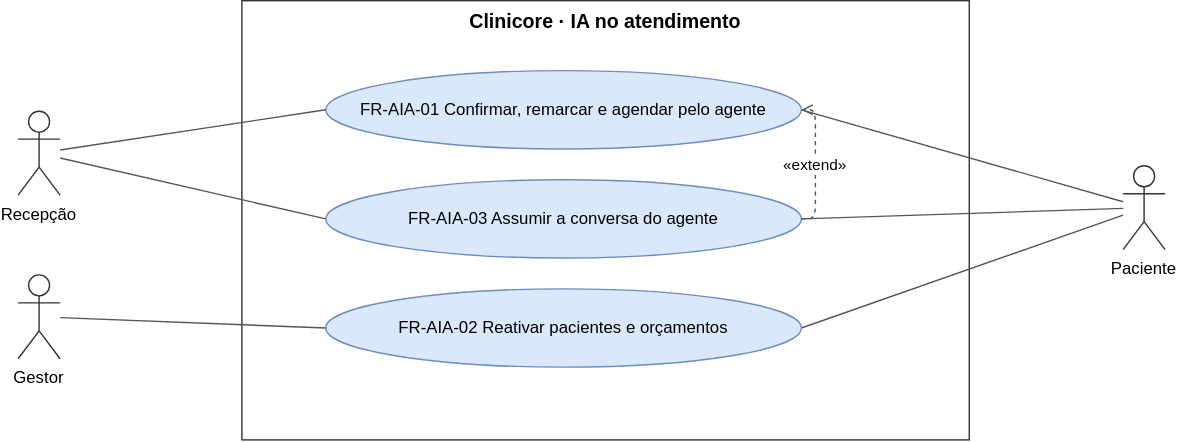
The draw.io diagram docs/requirements/diagrams/use-cases-ai-reception.drawio.svg in TheoOdawara/clinicore, before a commit. Source tidied: cells renumbered, new cells last; positions are measured from the earlier drawing's top-left corner, leaving out a move shared by most shapes. Source of this version:
```xml
<mxGraphModel background="#ffffff">
  <root>
    <mxCell id="0" />
    <mxCell id="1" parent="0" />
    <mxCell id="2" value="Clinicore · IA no atendimento" style="rounded=0;whiteSpace=wrap;html=0;fillColor=none;strokeColor=#333333;verticalAlign=top;fontStyle=1;fontSize=14;" parent="1" vertex="1">
      <mxGeometry x="160" width="520" height="314" as="geometry" />
    </mxCell>
    <mxCell id="3" value="FR-AIA-01 Confirmar, remarcar e agendar pelo agente" style="ellipse;whiteSpace=wrap;html=0;fillColor=#dae8fc;strokeColor=#6c8ebf;fontSize=12;" parent="1" vertex="1">
      <mxGeometry x="220" y="50" width="340" height="56" as="geometry" />
    </mxCell>
    <mxCell id="4" value="FR-AIA-03 Assumir a conversa do agente" style="ellipse;whiteSpace=wrap;html=0;fillColor=#dae8fc;strokeColor=#6c8ebf;fontSize=12;" parent="1" vertex="1">
      <mxGeometry x="220" y="128" width="340" height="56" as="geometry" />
    </mxCell>
    <mxCell id="5" value="FR-AIA-02 Reativar pacientes e orçamentos" style="ellipse;whiteSpace=wrap;html=0;fillColor=#dae8fc;strokeColor=#6c8ebf;fontSize=12;" parent="1" vertex="1">
      <mxGeometry x="220" y="206" width="340" height="56" as="geometry" />
    </mxCell>
    <mxCell id="6" value="Recepção" style="shape=umlActor;verticalLabelPosition=bottom;verticalAlign=top;html=0;outlineConnect=0;fillColor=#ffffff;strokeColor=#333333;fontSize=12;" parent="1" vertex="1">
      <mxGeometry y="79" width="30" height="60" as="geometry" />
    </mxCell>
    <mxCell id="7" style="endArrow=none;html=0;strokeColor=#555555;entryX=0;entryY=0.5;entryDx=0;entryDy=0;" parent="1" edge="1" source="6" target="3">
      <mxGeometry relative="1" as="geometry" />
    </mxCell>
    <mxCell id="8" style="endArrow=none;html=0;strokeColor=#555555;entryX=0;entryY=0.5;entryDx=0;entryDy=0;" parent="1" edge="1" source="6" target="4">
      <mxGeometry relative="1" as="geometry" />
    </mxCell>
    <mxCell id="9" value="Gestor" style="shape=umlActor;verticalLabelPosition=bottom;verticalAlign=top;html=0;outlineConnect=0;fillColor=#ffffff;strokeColor=#333333;fontSize=12;" parent="1" vertex="1">
      <mxGeometry y="196" width="30" height="60" as="geometry" />
    </mxCell>
    <mxCell id="10" style="endArrow=none;html=0;strokeColor=#555555;entryX=0;entryY=0.5;entryDx=0;entryDy=0;" parent="1" edge="1" source="9" target="5">
      <mxGeometry relative="1" as="geometry" />
    </mxCell>
    <mxCell id="11" value="Paciente" style="shape=umlActor;verticalLabelPosition=bottom;verticalAlign=top;html=0;outlineConnect=0;fillColor=#ffffff;strokeColor=#333333;fontSize=12;" parent="1" vertex="1">
      <mxGeometry x="790" y="118" width="30" height="60" as="geometry" />
    </mxCell>
    <mxCell id="12" style="endArrow=none;html=0;strokeColor=#555555;entryX=1;entryY=0.5;entryDx=0;entryDy=0;" parent="1" edge="1" source="11" target="3">
      <mxGeometry relative="1" as="geometry" />
    </mxCell>
    <mxCell id="13" style="endArrow=none;html=0;strokeColor=#555555;entryX=1;entryY=0.5;entryDx=0;entryDy=0;" parent="1" edge="1" source="11" target="4">
      <mxGeometry relative="1" as="geometry" />
    </mxCell>
    <mxCell id="14" style="endArrow=none;html=0;strokeColor=#555555;entryX=1;entryY=0.5;entryDx=0;entryDy=0;" parent="1" edge="1" source="11" target="5">
      <mxGeometry relative="1" as="geometry" />
    </mxCell>
    <mxCell id="15" value="«extend»" style="endArrow=open;dashed=1;html=0;strokeColor=#555555;fontSize=11;edgeStyle=orthogonalEdgeStyle;exitX=1;exitY=0.5;entryX=1;entryY=0.5;labelBackgroundColor=#ffffff;" parent="1" edge="1" source="4" target="3">
      <mxGeometry relative="1" as="geometry" />
    </mxCell>
  </root>
</mxGraphModel>
```
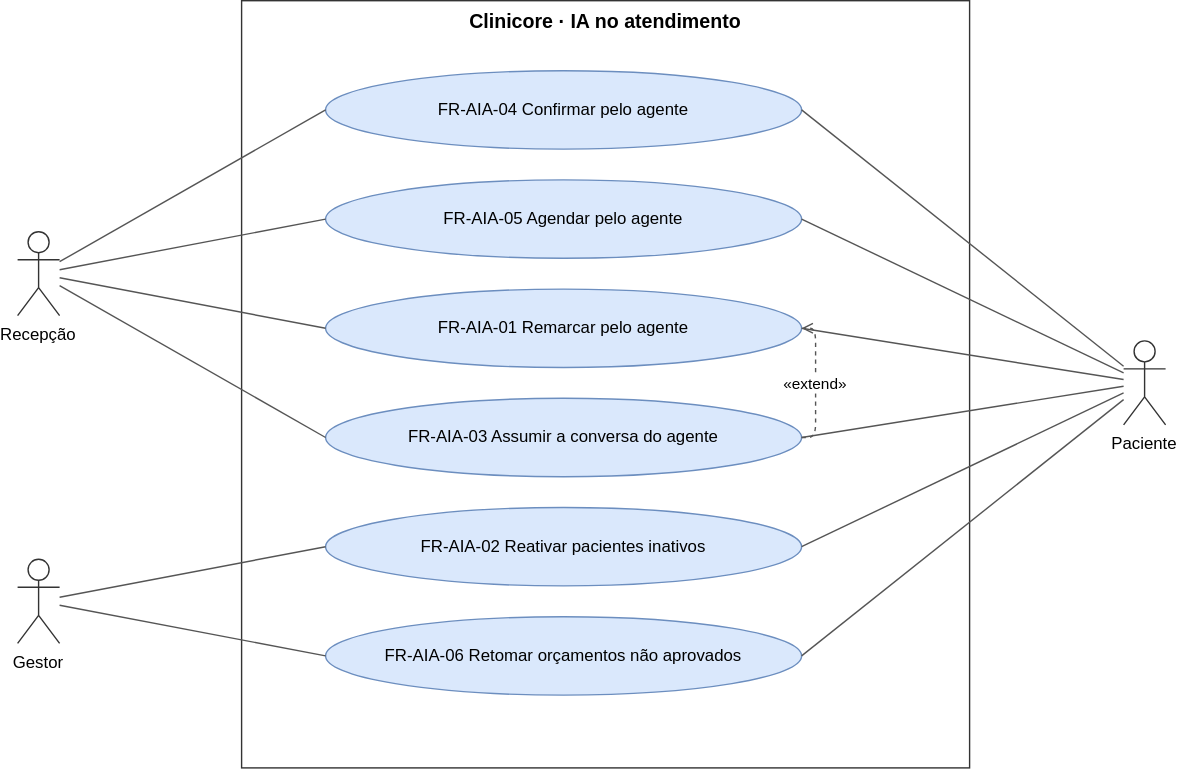
The same file after the commit.

Change to the diagram source:
```diff
@@ -3,19 +3,19 @@
     <mxCell id="0" />
     <mxCell id="1" parent="0" />
     <mxCell id="2" value="Clinicore · IA no atendimento" style="rounded=0;whiteSpace=wrap;html=0;fillColor=none;strokeColor=#333333;verticalAlign=top;fontStyle=1;fontSize=14;" parent="1" vertex="1">
-      <mxGeometry x="160" width="520" height="314" as="geometry" />
+      <mxGeometry x="160" width="520" height="548" as="geometry" />
     </mxCell>
-    <mxCell id="3" value="FR-AIA-01 Confirmar, remarcar e agendar pelo agente" style="ellipse;whiteSpace=wrap;html=0;fillColor=#dae8fc;strokeColor=#6c8ebf;fontSize=12;" parent="1" vertex="1">
-      <mxGeometry x="220" y="50" width="340" height="56" as="geometry" />
+    <mxCell id="3" value="FR-AIA-01 Remarcar pelo agente" style="ellipse;whiteSpace=wrap;html=0;fillColor=#dae8fc;strokeColor=#6c8ebf;fontSize=12;" parent="1" vertex="1">
+      <mxGeometry x="220" y="206" width="340" height="56" as="geometry" />
     </mxCell>
     <mxCell id="4" value="FR-AIA-03 Assumir a conversa do agente" style="ellipse;whiteSpace=wrap;html=0;fillColor=#dae8fc;strokeColor=#6c8ebf;fontSize=12;" parent="1" vertex="1">
-      <mxGeometry x="220" y="128" width="340" height="56" as="geometry" />
+      <mxGeometry x="220" y="284" width="340" height="56" as="geometry" />
     </mxCell>
-    <mxCell id="5" value="FR-AIA-02 Reativar pacientes e orçamentos" style="ellipse;whiteSpace=wrap;html=0;fillColor=#dae8fc;strokeColor=#6c8ebf;fontSize=12;" parent="1" vertex="1">
-      <mxGeometry x="220" y="206" width="340" height="56" as="geometry" />
+    <mxCell id="5" value="FR-AIA-02 Reativar pacientes inativos" style="ellipse;whiteSpace=wrap;html=0;fillColor=#dae8fc;strokeColor=#6c8ebf;fontSize=12;" parent="1" vertex="1">
+      <mxGeometry x="220" y="362" width="340" height="56" as="geometry" />
     </mxCell>
     <mxCell id="6" value="Recepção" style="shape=umlActor;verticalLabelPosition=bottom;verticalAlign=top;html=0;outlineConnect=0;fillColor=#ffffff;strokeColor=#333333;fontSize=12;" parent="1" vertex="1">
-      <mxGeometry y="79" width="30" height="60" as="geometry" />
+      <mxGeometry y="165" width="30" height="60" as="geometry" />
     </mxCell>
     <mxCell id="7" style="endArrow=none;html=0;strokeColor=#555555;entryX=0;entryY=0.5;entryDx=0;entryDy=0;" parent="1" edge="1" source="6" target="3">
       <mxGeometry relative="1" as="geometry" />
@@ -24,13 +24,13 @@
       <mxGeometry relative="1" as="geometry" />
     </mxCell>
     <mxCell id="9" value="Gestor" style="shape=umlActor;verticalLabelPosition=bottom;verticalAlign=top;html=0;outlineConnect=0;fillColor=#ffffff;strokeColor=#333333;fontSize=12;" parent="1" vertex="1">
-      <mxGeometry y="196" width="30" height="60" as="geometry" />
+      <mxGeometry y="399" width="30" height="60" as="geometry" />
     </mxCell>
     <mxCell id="10" style="endArrow=none;html=0;strokeColor=#555555;entryX=0;entryY=0.5;entryDx=0;entryDy=0;" parent="1" edge="1" source="9" target="5">
       <mxGeometry relative="1" as="geometry" />
     </mxCell>
     <mxCell id="11" value="Paciente" style="shape=umlActor;verticalLabelPosition=bottom;verticalAlign=top;html=0;outlineConnect=0;fillColor=#ffffff;strokeColor=#333333;fontSize=12;" parent="1" vertex="1">
-      <mxGeometry x="790" y="118" width="30" height="60" as="geometry" />
+      <mxGeometry x="790" y="243" width="30" height="60" as="geometry" />
     </mxCell>
     <mxCell id="12" style="endArrow=none;html=0;strokeColor=#555555;entryX=1;entryY=0.5;entryDx=0;entryDy=0;" parent="1" edge="1" source="11" target="3">
       <mxGeometry relative="1" as="geometry" />
@@ -44,5 +44,32 @@
     <mxCell id="15" value="«extend»" style="endArrow=open;dashed=1;html=0;strokeColor=#555555;fontSize=11;edgeStyle=orthogonalEdgeStyle;exitX=1;exitY=0.5;entryX=1;entryY=0.5;labelBackgroundColor=#ffffff;" parent="1" edge="1" source="4" target="3">
       <mxGeometry relative="1" as="geometry" />
     </mxCell>
+    <mxCell id="16" value="FR-AIA-04 Confirmar pelo agente" style="ellipse;whiteSpace=wrap;html=0;fillColor=#dae8fc;strokeColor=#6c8ebf;fontSize=12;" parent="1" vertex="1">
+      <mxGeometry x="220" y="50" width="340" height="56" as="geometry" />
+    </mxCell>
+    <mxCell id="17" value="FR-AIA-05 Agendar pelo agente" style="ellipse;whiteSpace=wrap;html=0;fillColor=#dae8fc;strokeColor=#6c8ebf;fontSize=12;" parent="1" vertex="1">
+      <mxGeometry x="220" y="128" width="340" height="56" as="geometry" />
+    </mxCell>
+    <mxCell id="18" value="FR-AIA-06 Retomar orçamentos não aprovados" style="ellipse;whiteSpace=wrap;html=0;fillColor=#dae8fc;strokeColor=#6c8ebf;fontSize=12;" parent="1" vertex="1">
+      <mxGeometry x="220" y="440" width="340" height="56" as="geometry" />
+    </mxCell>
+    <mxCell id="19" style="endArrow=none;html=0;strokeColor=#555555;entryX=0;entryY=0.5;entryDx=0;entryDy=0;" parent="1" edge="1" source="6" target="16">
+      <mxGeometry relative="1" as="geometry" />
+    </mxCell>
+    <mxCell id="20" style="endArrow=none;html=0;strokeColor=#555555;entryX=0;entryY=0.5;entryDx=0;entryDy=0;" parent="1" edge="1" source="6" target="17">
+      <mxGeometry relative="1" as="geometry" />
+    </mxCell>
+    <mxCell id="21" style="endArrow=none;html=0;strokeColor=#555555;entryX=1;entryY=0.5;entryDx=0;entryDy=0;" parent="1" edge="1" source="11" target="16">
+      <mxGeometry relative="1" as="geometry" />
+    </mxCell>
+    <mxCell id="22" style="endArrow=none;html=0;strokeColor=#555555;entryX=1;entryY=0.5;entryDx=0;entryDy=0;" parent="1" edge="1" source="11" target="17">
+      <mxGeometry relative="1" as="geometry" />
+    </mxCell>
+    <mxCell id="23" style="endArrow=none;html=0;strokeColor=#555555;entryX=0;entryY=0.5;entryDx=0;entryDy=0;" parent="1" edge="1" source="9" target="18">
+      <mxGeometry relative="1" as="geometry" />
+    </mxCell>
+    <mxCell id="24" style="endArrow=none;html=0;strokeColor=#555555;entryX=1;entryY=0.5;entryDx=0;entryDy=0;" parent="1" edge="1" source="11" target="18">
+      <mxGeometry relative="1" as="geometry" />
+    </mxCell>
   </root>
 </mxGraphModel>
```
